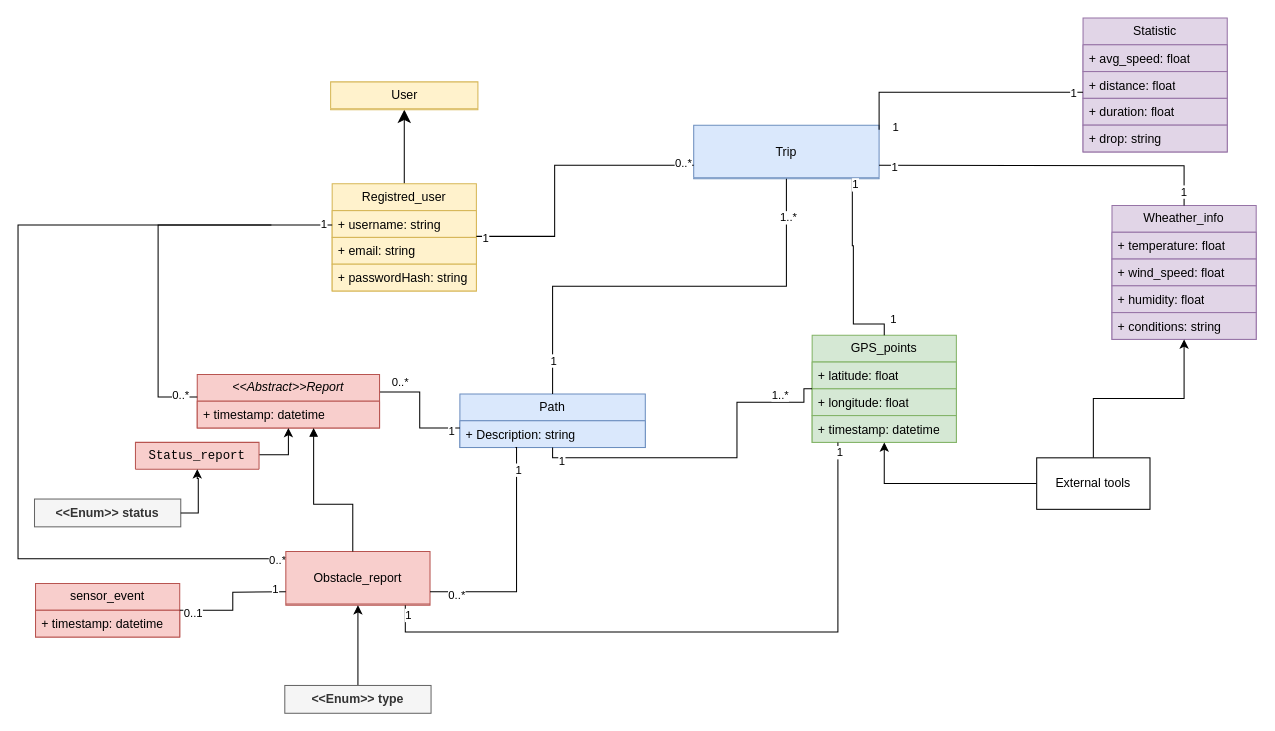
The draw.io diagram RASD/ClassDiagram.drawio in jacopobellosi/Bellosi-Montanelli-Tempobono, before the edit. Source tidied: cells renumbered, new cells numbered last; positions are measured from the earlier drawing's top-left corner, leaving out a move shared by most shapes. Both pictures are drawn from the tidied source at 103%, with x=0, y=0 at pixel (18, 18).
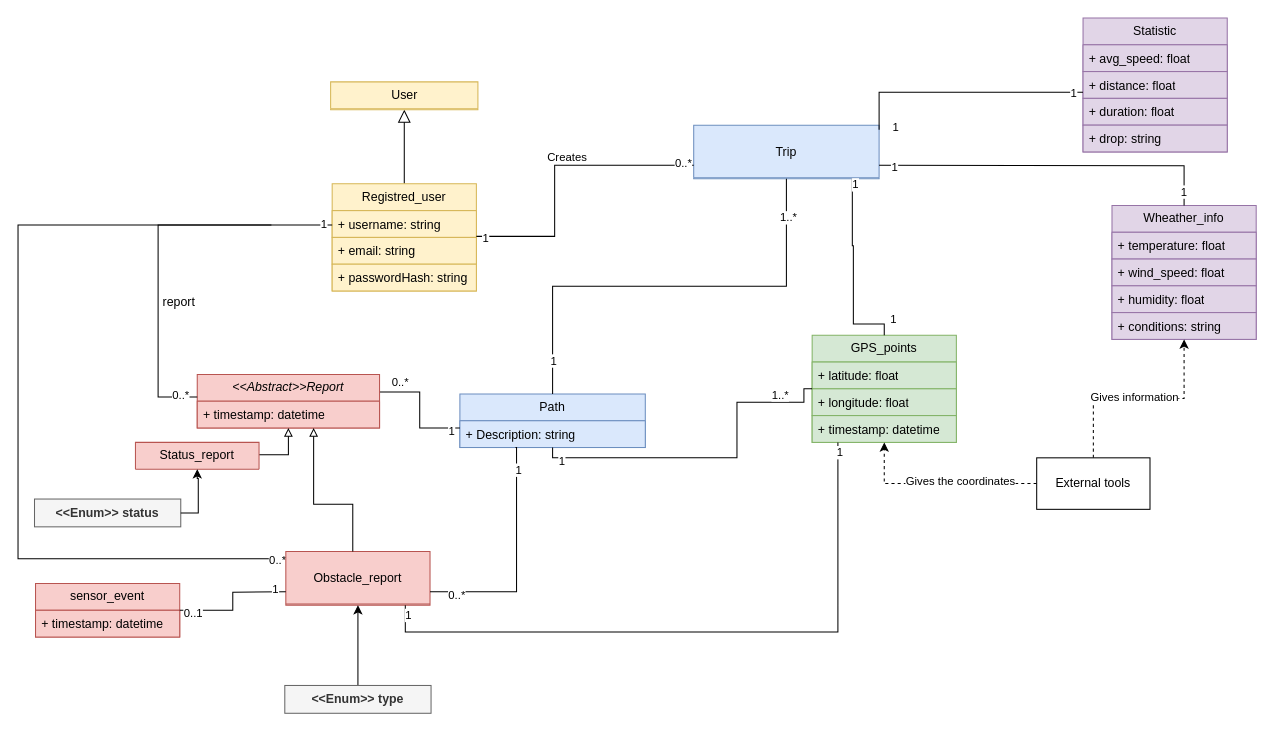
The same page after the edit.

Unchanged cells that the change refers to:
```xml
<mxCell id="3" value="User" style="swimlane;fontStyle=0;horizontal=1;startSize=26;fillColor=#fff2cc;whiteSpace=wrap;html=1;strokeColor=#d6b656;" parent="1" vertex="1">
  <mxGeometry x="303.5" y="62" width="143" height="27" as="geometry" />
</mxCell>
<mxCell id="4" value="Registred_user" style="swimlane;fontStyle=0;horizontal=1;startSize=26;fillColor=#fff2cc;whiteSpace=wrap;html=1;strokeColor=#d6b656;" parent="1" vertex="1">
  <mxGeometry x="305" y="161" width="140" height="104" as="geometry" />
</mxCell>
<mxCell id="14" value="GPS_points" style="swimlane;fontStyle=0;horizontal=1;startSize=26;fillColor=#d5e8d4;whiteSpace=wrap;html=1;strokeColor=#82b366;" parent="1" vertex="1">
  <mxGeometry x="771" y="308" width="140" height="104" as="geometry" />
</mxCell>
<mxCell id="18" value="&lt;i&gt;&amp;lt;&amp;lt;Abstract&amp;gt;&amp;gt;Report&lt;/i&gt;" style="swimlane;fontStyle=0;horizontal=1;startSize=26;fillColor=#f8cecc;whiteSpace=wrap;html=1;strokeColor=#b85450;" parent="1" vertex="1">
  <mxGeometry x="174" y="346" width="177" height="52" as="geometry" />
</mxCell>
<mxCell id="19" value="+ timestamp: datetime" style="text;strokeColor=#b85450;fillColor=#f8cecc;align=left;verticalAlign=top;spacingLeft=4;spacingRight=4;overflow=hidden;points=[[0,0.5],[1,0.5]];portConstraint=eastwest;whiteSpace=wrap;html=1;" parent="18" vertex="1">
  <mxGeometry y="26" width="177" height="26" as="geometry" />
</mxCell>
<mxCell id="22" value="Obstacle_report" style="swimlane;fontStyle=0;horizontal=1;startSize=51;fillColor=#f8cecc;whiteSpace=wrap;html=1;strokeColor=#b85450;" parent="1" vertex="1">
  <mxGeometry x="260" y="518" width="140" height="52" as="geometry" />
</mxCell>
<mxCell id="25" value="Wheather_info" style="swimlane;fontStyle=0;horizontal=1;startSize=26;fillColor=#e1d5e7;whiteSpace=wrap;html=1;strokeColor=#9673a6;" parent="1" vertex="1">
  <mxGeometry x="1062.1" y="182" width="140" height="130" as="geometry" />
</mxCell>
<mxCell id="30" style="edgeStyle=orthogonalEdgeStyle;rounded=0;jettySize=auto;html=1;entryX=0;entryY=0.5;entryDx=0;entryDy=0;endArrow=none;endFill=0;strokeColor=default;" parent="1" edge="1" source="4">
  <mxGeometry relative="1" as="geometry">
    <mxPoint x="656" y="143" as="targetPoint" />
    <Array as="points">
      <mxPoint x="521" y="212" />
      <mxPoint x="521" y="143" />
    </Array>
  </mxGeometry>
</mxCell>
<mxCell id="68" value="External tools" style="html=1;whiteSpace=wrap;" parent="1" vertex="1">
  <mxGeometry x="989" y="427" width="110" height="50" as="geometry" />
</mxCell>
```

The edit, as a diff of the source:
```diff
@@
-    <mxCell id="2" style="endArrow=none;endSize=10;endFill=0;shadow=0;strokeWidth=1;rounded=0;curved=0;edgeStyle=elbowEdgeStyle;elbow=vertical;entryX=0.5;entryY=0;entryDx=0;entryDy=0;exitX=0.5;exitY=1;exitDx=0;exitDy=0;startArrow=classic;startFill=1;startSize=10;" parent="1" edge="1" source="3" target="4">
+    <mxCell id="2" style="endArrow=none;endSize=10;endFill=0;shadow=0;strokeWidth=1;rounded=0;curved=0;edgeStyle=elbowEdgeStyle;elbow=vertical;entryX=0.5;entryY=0;entryDx=0;entryDy=0;exitX=0.5;exitY=1;exitDx=0;exitDy=0;startArrow=block;startFill=0;startSize=10;" parent="1" edge="1" source="3" target="4">
       <mxGeometry relative="1" as="geometry" />
     </mxCell>
@@
+    <mxCell id="76" value="Creates" style="edgeLabel;html=1;align=center;verticalAlign=middle;" parent="30" vertex="1">
+      <mxGeometry x="0.12" relative="1" as="geometry">
+        <mxPoint x="-1" y="-9" as="offset" />
+      </mxGeometry>
+    </mxCell>
@@
-    <mxCell id="66" style="edgeStyle=orthogonalEdgeStyle;rounded=0;jettySize=auto;html=1;" parent="1" edge="1" source="68" target="25">
+    <mxCell id="66" style="edgeStyle=orthogonalEdgeStyle;rounded=0;jettySize=auto;html=1;dashed=1;" parent="1" edge="1" source="68" target="25">
       <mxGeometry relative="1" as="geometry" />
     </mxCell>
+    <mxCell id="77" value="Gives information" style="edgeLabel;html=1;align=center;verticalAlign=middle;" parent="66" vertex="1">
+      <mxGeometry x="-0.04" y="2" relative="1" as="geometry" />
+    </mxCell>
-    <mxCell id="67" style="edgeStyle=orthogonalEdgeStyle;rounded=0;jettySize=auto;html=1;entryX=0.5;entryY=1;entryDx=0;entryDy=0;" parent="1" edge="1" source="68" target="14">
+    <mxCell id="67" style="edgeStyle=orthogonalEdgeStyle;rounded=0;jettySize=auto;html=1;entryX=0.5;entryY=1;entryDx=0;entryDy=0;dashed=1;" parent="1" edge="1" source="68" target="14">
       <mxGeometry relative="1" as="geometry" />
     </mxCell>
+    <mxCell id="78" value="Gives the coordinates" style="edgeLabel;html=1;align=center;verticalAlign=middle;" parent="67" vertex="1">
+      <mxGeometry x="-0.2" y="-3" relative="1" as="geometry" />
+    </mxCell>
@@
-    <mxCell id="72" style="edgeStyle=orthogonalEdgeStyle;rounded=0;jettySize=auto;html=1;endArrow=block;endFill=1;" parent="1" edge="1" source="22" target="19">
+    <mxCell id="72" style="edgeStyle=orthogonalEdgeStyle;rounded=0;jettySize=auto;html=1;endArrow=block;endFill=0;" parent="1" edge="1" source="22" target="19">
       <mxGeometry relative="1" as="geometry">
         <Array as="points">
           <mxPoint x="325" y="472" />
           <mxPoint x="287" y="472" />
         </Array>
       </mxGeometry>
     </mxCell>
-    <mxCell id="73" style="edgeStyle=orthogonalEdgeStyle;rounded=0;jettySize=auto;html=1;entryX=0.5;entryY=1;entryDx=0;entryDy=0;" parent="1" edge="1" source="74" target="18">
+    <mxCell id="73" style="edgeStyle=orthogonalEdgeStyle;rounded=0;jettySize=auto;html=1;entryX=0.5;entryY=1;entryDx=0;entryDy=0;endArrow=block;endFill=0;" parent="1" edge="1" source="74" target="18">
       <mxGeometry relative="1" as="geometry">
         <Array as="points">
           <mxPoint x="263" y="424" />
         </Array>
       </mxGeometry>
     </mxCell>
-    <mxCell id="74" value="&lt;code style=&quot;&quot;&gt;Status_report&lt;/code&gt;" style="swimlane;fontStyle=0;horizontal=1;startSize=26;fillColor=#f8cecc;whiteSpace=wrap;html=1;strokeColor=#b85450;" parent="1" vertex="1">
+    <mxCell id="74" value="&lt;code style=&quot;&quot;&gt;&lt;font face=&quot;Helvetica&quot;&gt;Status_report&lt;/font&gt;&lt;/code&gt;" style="swimlane;fontStyle=0;horizontal=1;startSize=26;fillColor=#f8cecc;whiteSpace=wrap;html=1;strokeColor=#b85450;" parent="1" vertex="1">
       <mxGeometry x="114" y="412" width="120" height="26" as="geometry" />
     </mxCell>
@@
+    <mxCell id="79" value="report" style="text;html=1;whiteSpace=wrap;strokeColor=none;fillColor=none;align=center;verticalAlign=middle;rounded=0;" parent="1" vertex="1">
+      <mxGeometry x="134" y="265" width="45" height="22" as="geometry" />
+    </mxCell>
```
